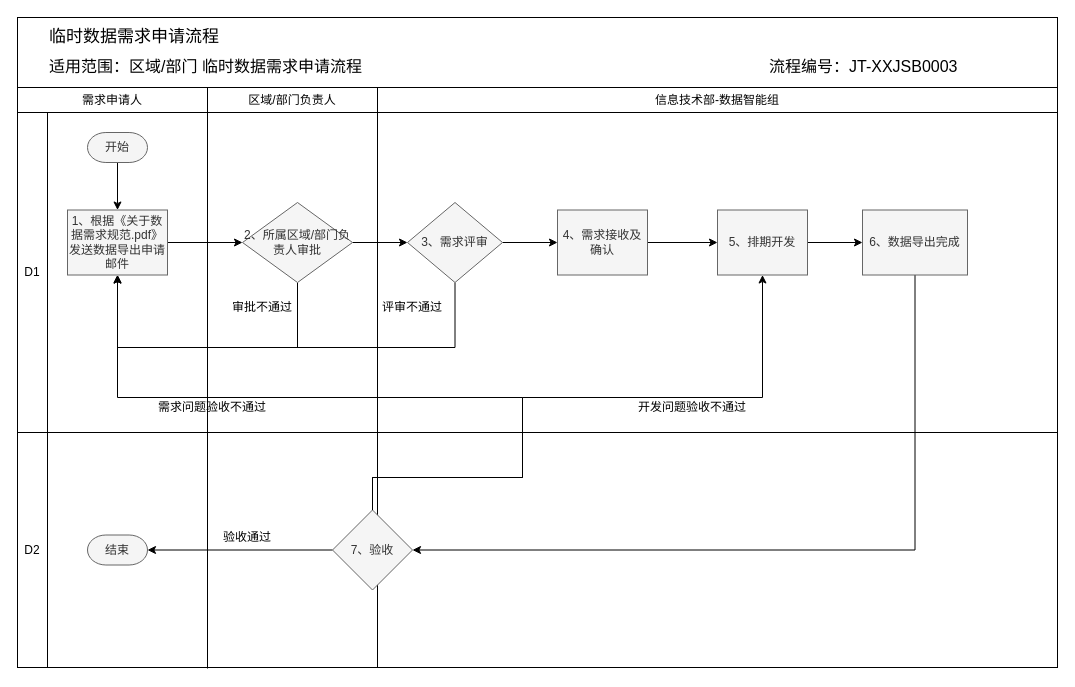
This is page "临时数据需求申请流程" (3 of 4) of pet_data_warehouse/内控流程.drawio from fangzheng0518/draw, a draw.io file, before an edit. Source tidied: cells renumbered, new cells numbered last; positions are measured from the earlier drawing's top-left corner, leaving out a move shared by most shapes. Both pictures are drawn from the tidied source at 100%, with x=0, y=0 at pixel (17, 17).
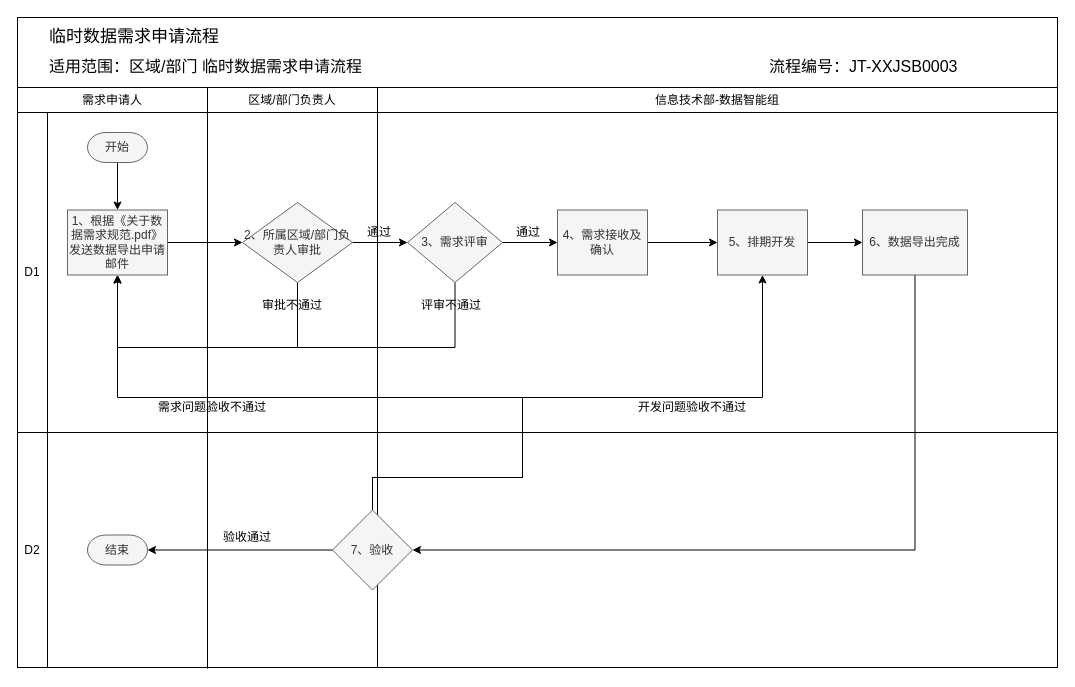
After the change.

Change to the diagram source:
```diff
@@
     <mxCell id="16" value="审批不通过" style="text;html=1;strokeColor=none;fillColor=none;align=center;verticalAlign=middle;whiteSpace=wrap;rounded=0;" parent="1" vertex="1">
-      <mxGeometry x="210" y="280" width="70" height="20" as="geometry" />
+      <mxGeometry x="240" y="278" width="70" height="20" as="geometry" />
     </mxCell>
@@
     <mxCell id="24" value="评审不通过" style="text;html=1;strokeColor=none;fillColor=none;align=center;verticalAlign=middle;whiteSpace=wrap;rounded=0;" parent="1" vertex="1">
-      <mxGeometry x="360" y="280" width="70" height="20" as="geometry" />
+      <mxGeometry x="399" y="278" width="70" height="20" as="geometry" />
     </mxCell>
@@
+    <mxCell id="43" value="通过" style="text;html=1;strokeColor=none;fillColor=none;align=center;verticalAlign=middle;whiteSpace=wrap;rounded=0;" parent="1" vertex="1">
+      <mxGeometry x="327" y="205" width="70" height="20" as="geometry" />
+    </mxCell>
+    <mxCell id="44" value="通过" style="text;html=1;strokeColor=none;fillColor=none;align=center;verticalAlign=middle;whiteSpace=wrap;rounded=0;" parent="1" vertex="1">
+      <mxGeometry x="476" y="205" width="70" height="20" as="geometry" />
+    </mxCell>
```
